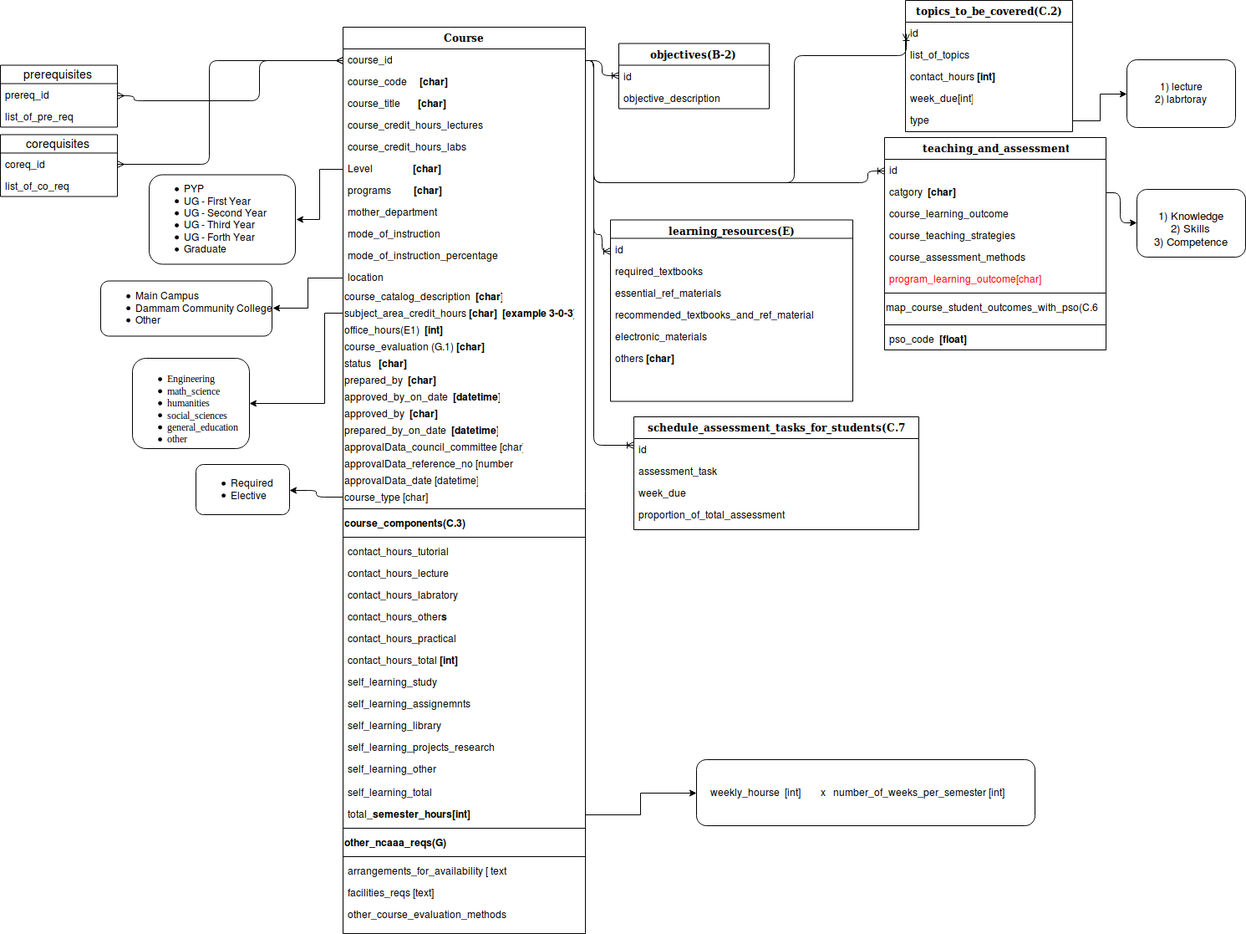
Above: docs/resources/CourseDM.png in jsilver83/course-specifications (draw.io), before the change. Source tidied: cells renumbered, new cells last; positions are measured from the earlier drawing's top-left corner, leaving out a move shared by most shapes.
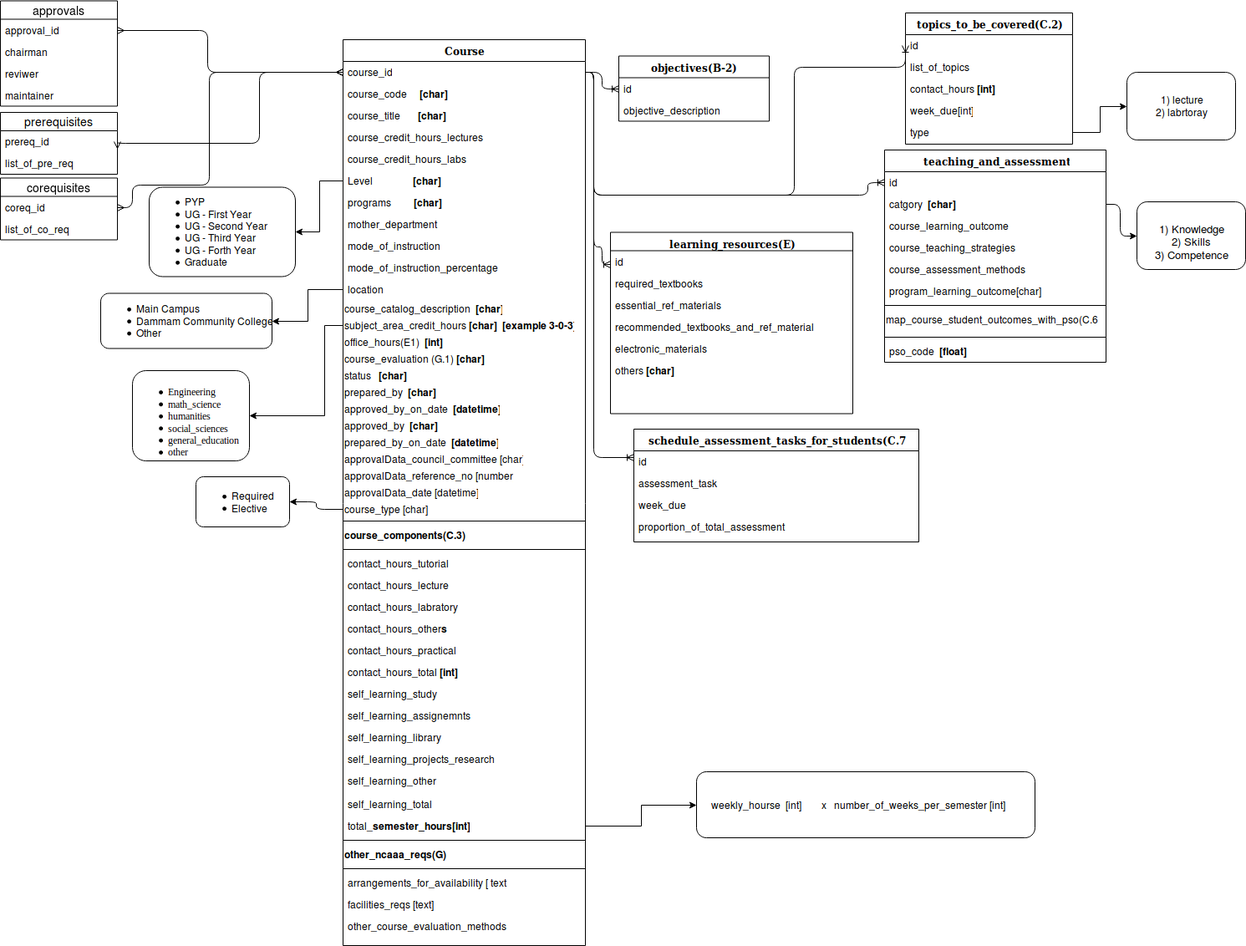
Above is the later version.

Diff of the diagram source:
```diff
@@ -201,7 +201,7 @@
     <mxCell id="65" value="course_assessment_methods &lt;b&gt;[char]&lt;/b&gt;" style="text;html=1;strokeColor=none;fillColor=none;align=left;verticalAlign=top;spacingLeft=4;spacingRight=4;whiteSpace=wrap;overflow=hidden;" parent="60" vertex="1">
       <mxGeometry y="130" width="265" height="26" as="geometry" />
     </mxCell>
-    <mxCell id="66" value="program_learning_outcome[char] *" style="text;html=1;align=left;verticalAlign=top;spacingLeft=4;spacingRight=4;whiteSpace=wrap;overflow=hidden;fontColor=#FF0303;" parent="60" vertex="1">
+    <mxCell id="66" value="program_learning_outcome[char] *" style="text;html=1;align=left;verticalAlign=top;spacingLeft=4;spacingRight=4;whiteSpace=wrap;overflow=hidden;fontColor=#000000;" parent="60" vertex="1">
       <mxGeometry y="156" width="265" height="26" as="geometry" />
     </mxCell>
     <mxCell id="67" style="line;strokeWidth=1;fillColor=none;align=left;verticalAlign=middle;spacingTop=-1;spacingLeft=3;spacingRight=3;labelPosition=right;fontSize=12;" parent="60" vertex="1">
@@ -280,17 +280,17 @@
     <mxCell id="86" value="others &lt;b&gt;[char]&lt;/b&gt;" style="text;html=1;strokeColor=none;fillColor=none;align=left;verticalAlign=top;spacingLeft=4;spacingRight=4;whiteSpace=wrap;overflow=hidden;" parent="80" vertex="1">
       <mxGeometry y="152" width="290" height="26" as="geometry" />
     </mxCell>
-    <mxCell id="87" style="edgeStyle=orthogonalEdgeStyle;fontSize=12;html=1;endArrow=ERoneToMany;exitX=1;exitY=0.5;exitDx=0;exitDy=0;" parent="1" edge="1" source="9">
-      <mxGeometry relative="1" as="geometry">
-        <mxPoint x="730" y="300.5" as="targetPoint" />
-        <Array as="points">
-          <mxPoint x="710" y="71" />
-          <mxPoint x="710" y="280" />
-          <mxPoint x="720" y="280" />
-          <mxPoint x="720" y="301" />
-        </Array>
-      </mxGeometry>
-    </mxCell>
+    <mxCell id="108" style="edgeStyle=orthogonalEdgeStyle;fontSize=12;html=1;endArrow=ERoneToMany;exitX=1;exitY=0.5;exitDx=0;exitDy=0;" parent="1" edge="1" source="9">
+      <mxGeometry relative="1" as="geometry">
+        <mxPoint x="730" y="301" as="targetPoint" />
+        <Array as="points">
+          <mxPoint x="710" y="71" />
+          <mxPoint x="710" y="280" />
+          <mxPoint x="720" y="280" />
+          <mxPoint x="720" y="301" />
+        </Array>
+      </mxGeometry>
+    </mxCell>
     <mxCell id="88" value="&lt;div&gt;&lt;ul&gt;&lt;li&gt;PYP&lt;/li&gt;&lt;li&gt;&lt;font&gt;UG - First Year &lt;br&gt;&lt;/font&gt;&lt;/li&gt;&lt;li&gt;&lt;font&gt;UG - Second Year &lt;/font&gt;&lt;/li&gt;&lt;li&gt;&lt;font&gt;UG - Third Year&lt;br&gt;&lt;/font&gt;&lt;/li&gt;&lt;li&gt;&lt;font&gt;UG - Forth Year&lt;/font&gt;&lt;br&gt;&lt;/li&gt;&lt;li&gt;Graduate&lt;br&gt;&lt;/li&gt;&lt;/ul&gt;&lt;/div&gt;" style="rounded=1;whiteSpace=wrap;html=1;align=left;fontStyle=0;fontColor=#000000;" parent="1" vertex="1">
       <mxGeometry x="178" y="208.5" width="175" height="107" as="geometry" />
     </mxCell>
@@ -304,7 +304,7 @@
       <mxGeometry relative="1" as="geometry" />
     </mxCell>
     <mxCell id="92" value="prerequisites" style="swimlane;fontStyle=0;horizontal=1;startSize=22;fillColor=none;swimlaneFillColor=#ffffff;align=center;fontSize=14;" parent="1" vertex="1">
-      <mxGeometry y="77.5" width="140" height="74" as="geometry" />
+      <mxGeometry y="119" width="140" height="74" as="geometry" />
     </mxCell>
     <mxCell id="93" value="prereq_id" style="text;strokeColor=none;fillColor=none;spacingLeft=4;spacingRight=4;overflow=hidden;points=[[0,0.5],[1,0.5]];portConstraint=eastwest;fontSize=12;" parent="92" vertex="1">
       <mxGeometry y="22" width="140" height="26" as="geometry" />
@@ -312,19 +312,17 @@
     <mxCell id="94" value="list_of_pre_req" style="text;strokeColor=none;fillColor=none;spacingLeft=4;spacingRight=4;overflow=hidden;fontSize=12;" parent="92" vertex="1">
       <mxGeometry y="48" width="140" height="26" as="geometry" />
     </mxCell>
-    <mxCell id="95" style="edgeStyle=orthogonalEdgeStyle;fontSize=12;html=1;endArrow=ERmany;startArrow=ERmany;entryX=0;entryY=0.5;entryDx=0;entryDy=0;" parent="1" edge="1" target="9">
-      <mxGeometry relative="1" as="geometry">
-        <mxPoint x="140" y="113" as="sourcePoint" />
-        <Array as="points">
-          <mxPoint x="160" y="113" />
-          <mxPoint x="160" y="120" />
-          <mxPoint x="310" y="120" />
-          <mxPoint x="310" y="71" />
-        </Array>
-      </mxGeometry>
-    </mxCell>
+    <mxCell id="109" style="edgeStyle=orthogonalEdgeStyle;fontSize=12;html=1;endArrow=ERmany;startArrow=ERmany;entryX=0;entryY=0.5;entryDx=0;entryDy=0;exitX=1;exitY=0.5;exitDx=0;exitDy=0;" parent="1" edge="1" source="93" target="9">
+      <mxGeometry relative="1" as="geometry">
+        <Array as="points">
+          <mxPoint x="140" y="156" />
+          <mxPoint x="310" y="156" />
+          <mxPoint x="310" y="71" />
+        </Array>
+      </mxGeometry>
+    </mxCell>
     <mxCell id="96" value="corequisites" style="swimlane;fontStyle=0;horizontal=1;startSize=22;fillColor=none;swimlaneFillColor=#ffffff;align=center;fontSize=14;" parent="1" vertex="1">
-      <mxGeometry y="160.5" width="140" height="74" as="geometry" />
+      <mxGeometry y="197.5" width="140" height="74" as="geometry" />
     </mxCell>
     <mxCell id="97" value="coreq_id" style="text;strokeColor=none;fillColor=none;spacingLeft=4;spacingRight=4;overflow=hidden;points=[[0,0.5],[1,0.5]];portConstraint=eastwest;fontSize=12;" parent="96" vertex="1">
       <mxGeometry y="22" width="140" height="26" as="geometry" />
@@ -335,7 +333,9 @@
     <mxCell id="99" style="edgeStyle=orthogonalEdgeStyle;fontSize=12;html=1;endArrow=ERmany;startArrow=ERmany;exitX=1;exitY=0.5;exitDx=0;exitDy=0;entryX=0;entryY=0.5;entryDx=0;entryDy=0;" parent="1" edge="1" source="97" target="9">
       <mxGeometry relative="1" as="geometry">
         <Array as="points">
-          <mxPoint x="250" y="196" />
+          <mxPoint x="158" y="233" />
+          <mxPoint x="158" y="206" />
+          <mxPoint x="250" y="206" />
           <mxPoint x="250" y="71" />
         </Array>
       </mxGeometry>
@@ -369,5 +369,28 @@
     <mxCell id="107" style="edgeStyle=orthogonalEdgeStyle;rounded=0;jettySize=auto;html=1;entryX=0;entryY=0.5;entryDx=0;entryDy=0;fontColor=#000000;" parent="1" edge="1" source="7" target="106">
       <mxGeometry relative="1" as="geometry" />
     </mxCell>
+    <mxCell id="110" value="approvals" style="swimlane;fontStyle=0;horizontal=1;startSize=22;fillColor=none;swimlaneFillColor=#ffffff;align=center;fontSize=14;" parent="1" vertex="1">
+      <mxGeometry y="-14.5" width="140" height="126" as="geometry" />
+    </mxCell>
+    <mxCell id="111" value="approval_id" style="text;strokeColor=none;fillColor=none;spacingLeft=4;spacingRight=4;overflow=hidden;points=[[0,0.5],[1,0.5]];portConstraint=eastwest;fontSize=12;" parent="110" vertex="1">
+      <mxGeometry y="22" width="140" height="26" as="geometry" />
+    </mxCell>
+    <mxCell id="112" value="chairman" style="text;strokeColor=none;fillColor=none;spacingLeft=4;spacingRight=4;overflow=hidden;fontSize=12;" parent="110" vertex="1">
+      <mxGeometry y="48" width="140" height="26" as="geometry" />
+    </mxCell>
+    <mxCell id="113" value="reviwer" style="text;strokeColor=none;fillColor=none;spacingLeft=4;spacingRight=4;overflow=hidden;fontSize=12;" parent="110" vertex="1">
+      <mxGeometry y="74" width="140" height="26" as="geometry" />
+    </mxCell>
+    <mxCell id="114" value="maintainer" style="text;strokeColor=none;fillColor=none;spacingLeft=4;spacingRight=4;overflow=hidden;fontSize=12;" parent="110" vertex="1">
+      <mxGeometry y="100" width="140" height="26" as="geometry" />
+    </mxCell>
+    <mxCell id="115" style="edgeStyle=orthogonalEdgeStyle;fontSize=12;html=1;endArrow=ERmany;startArrow=ERmany;exitX=1;exitY=0.5;exitDx=0;exitDy=0;entryX=0;entryY=0.5;entryDx=0;entryDy=0;" parent="1" edge="1" source="111" target="9">
+      <mxGeometry relative="1" as="geometry">
+        <Array as="points">
+          <mxPoint x="248" y="21" />
+          <mxPoint x="248" y="71" />
+        </Array>
+      </mxGeometry>
+    </mxCell>
   </root>
 </mxGraphModel>
```
